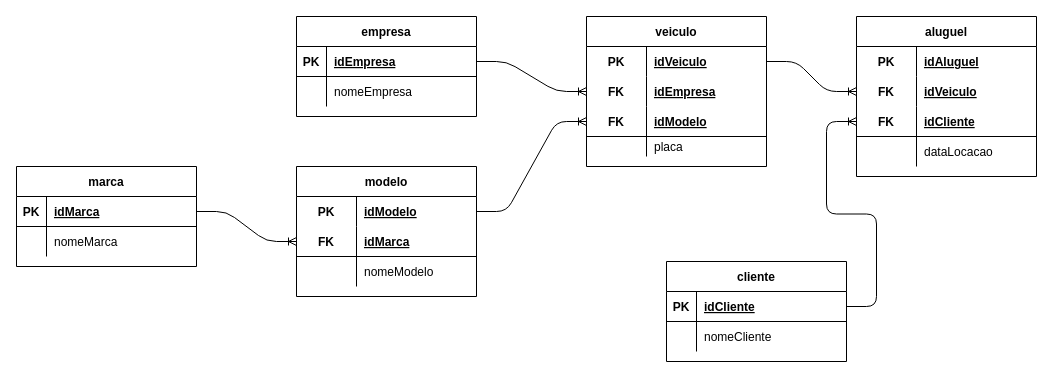
LimaGustav/senai_sprint1_bd keeps this draw.io diagram as page "Logica" (2 of 2) of exercicios/1.2-exercicio-locadora/Modelagem/1.2-exercicio-locadora.drawio. Above is the earlier version. Source tidied: cells renumbered, new cells numbered last; positions are measured from the earlier drawing's top-left corner, leaving out a move shared by most shapes. Both pictures are drawn from the tidied source at 100%, with x=0, y=0 at pixel (16, 16).
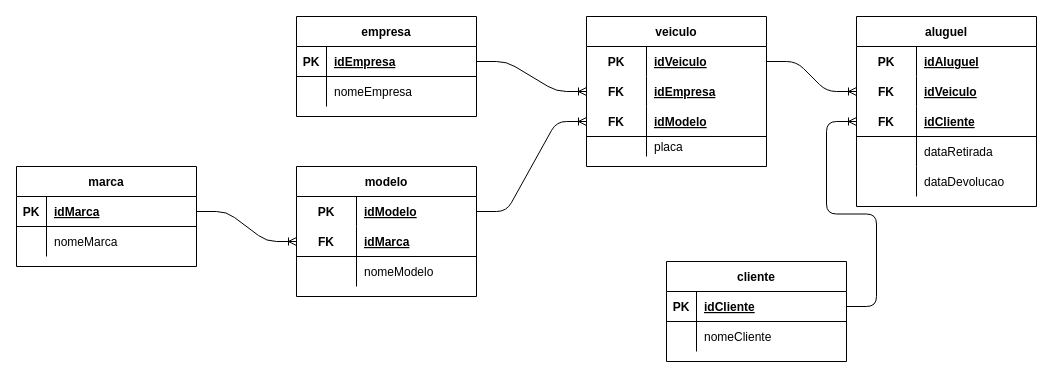
The same diagram, later.

Unchanged cells that the change refers to:
```xml
<mxCell id="32" style="shape=partialRectangle;fillColor=none;top=0;left=0;bottom=0;right=0;" parent="22" vertex="1">
  <mxGeometry y="120" width="180" height="30" as="geometry" />
</mxCell>
```

What changed in the source:
```diff
@@
     <mxCell id="22" value="aluguel" style="shape=table;startSize=30;childLayout=tableLayout;rowLines=0;fontStyle=1;align=center;" parent="1" vertex="1">
-      <mxGeometry x="840" width="180" height="160" as="geometry" />
+      <mxGeometry x="840" width="180" height="190" as="geometry" />
     </mxCell>
@@
-    <mxCell id="34" value="dataLocacao" style="shape=partialRectangle;fillColor=none;top=0;left=0;bottom=0;right=0;align=left;spacingLeft=6;overflow=hidden;" parent="32" vertex="1">
+    <mxCell id="34" value="dataRetirada" style="shape=partialRectangle;fillColor=none;top=0;left=0;bottom=0;right=0;align=left;spacingLeft=6;overflow=hidden;" parent="32" vertex="1">
       <mxGeometry x="60" width="120" height="30" as="geometry" />
     </mxCell>
+    <mxCell id="64" style="shape=partialRectangle;fillColor=none;top=0;left=0;bottom=0;right=0;" parent="22" vertex="1">
+      <mxGeometry y="150" width="180" height="30" as="geometry" />
+    </mxCell>
+    <mxCell id="65" style="shape=partialRectangle;fillColor=none;top=0;left=0;bottom=0;right=0;overflow=hidden;" parent="64" vertex="1">
+      <mxGeometry width="60" height="30" as="geometry" />
+    </mxCell>
+    <mxCell id="66" value="dataDevolucao" style="shape=partialRectangle;fillColor=none;top=0;left=0;bottom=0;right=0;align=left;spacingLeft=6;overflow=hidden;" parent="64" vertex="1">
+      <mxGeometry x="60" width="120" height="30" as="geometry" />
+    </mxCell>
```
